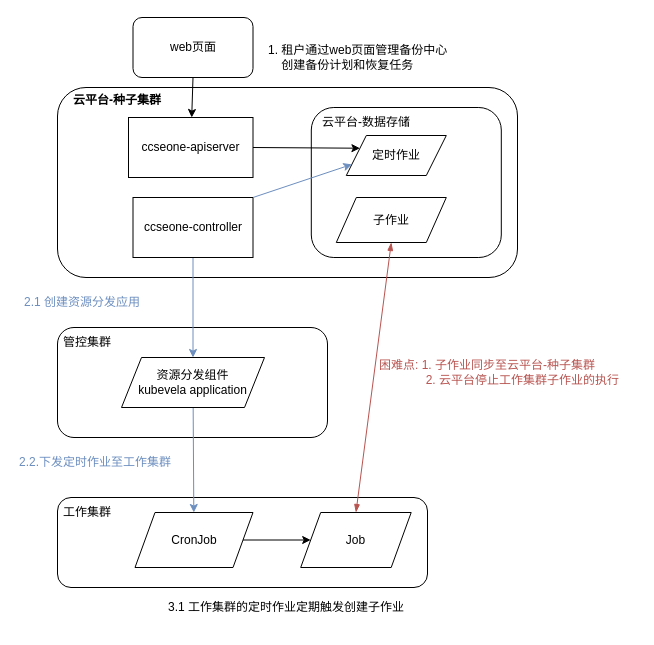
Before: page "专利-作业管理-对比01" (6 of 17) of drawio/zz.drawio in Tiny-VS-Lina/ccse, a draw.io diagram. Source tidied: cells renumbered, new cells numbered last; positions are measured from the earlier drawing's top-left corner, leaving out a move shared by most shapes. Both pictures are drawn from the tidied source at 100%, with x=0, y=0 at pixel (17, 17).
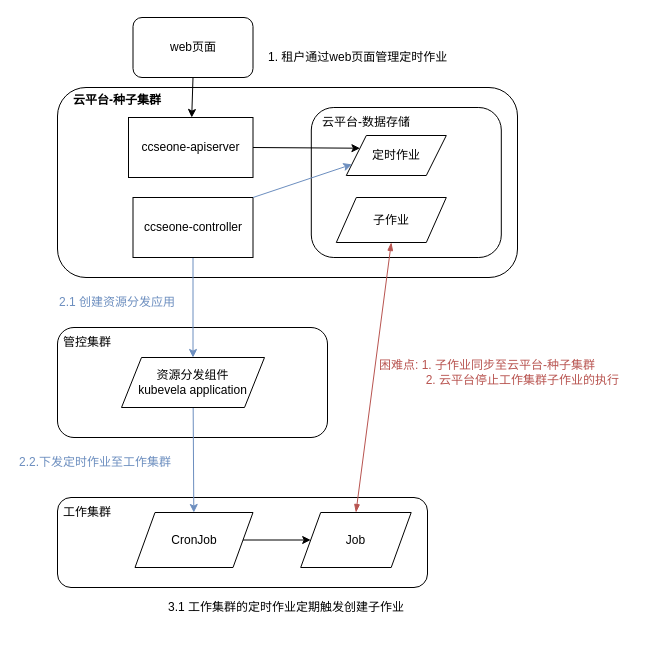
After the change.

What changed in the source:
```diff
@@
-    <mxCell id="18" value="1.&amp;nbsp;租户通过web页面管理备份中心&lt;br&gt;&amp;nbsp; &amp;nbsp; 创建备份计划和恢复任务" style="text;html=1;strokeColor=none;fillColor=none;align=left;verticalAlign=middle;whiteSpace=wrap;rounded=0;" parent="1" vertex="1">
+    <mxCell id="18" value="1.&amp;nbsp;租户通过web页面管理定时作业" style="text;html=1;strokeColor=none;fillColor=none;align=left;verticalAlign=middle;whiteSpace=wrap;rounded=0;" parent="1" vertex="1">
       <mxGeometry x="248.5" y="20" width="201" height="40" as="geometry" />
     </mxCell>
@@
     <mxCell id="26" value="2.1 创建资源分发应用" style="text;html=1;strokeColor=none;fillColor=none;align=left;verticalAlign=middle;whiteSpace=wrap;rounded=0;fontColor=#6c8ebf;" parent="1" vertex="1">
-      <mxGeometry x="5" y="270" width="150" height="30" as="geometry" />
+      <mxGeometry x="40" y="270" width="130" height="30" as="geometry" />
     </mxCell>
```
